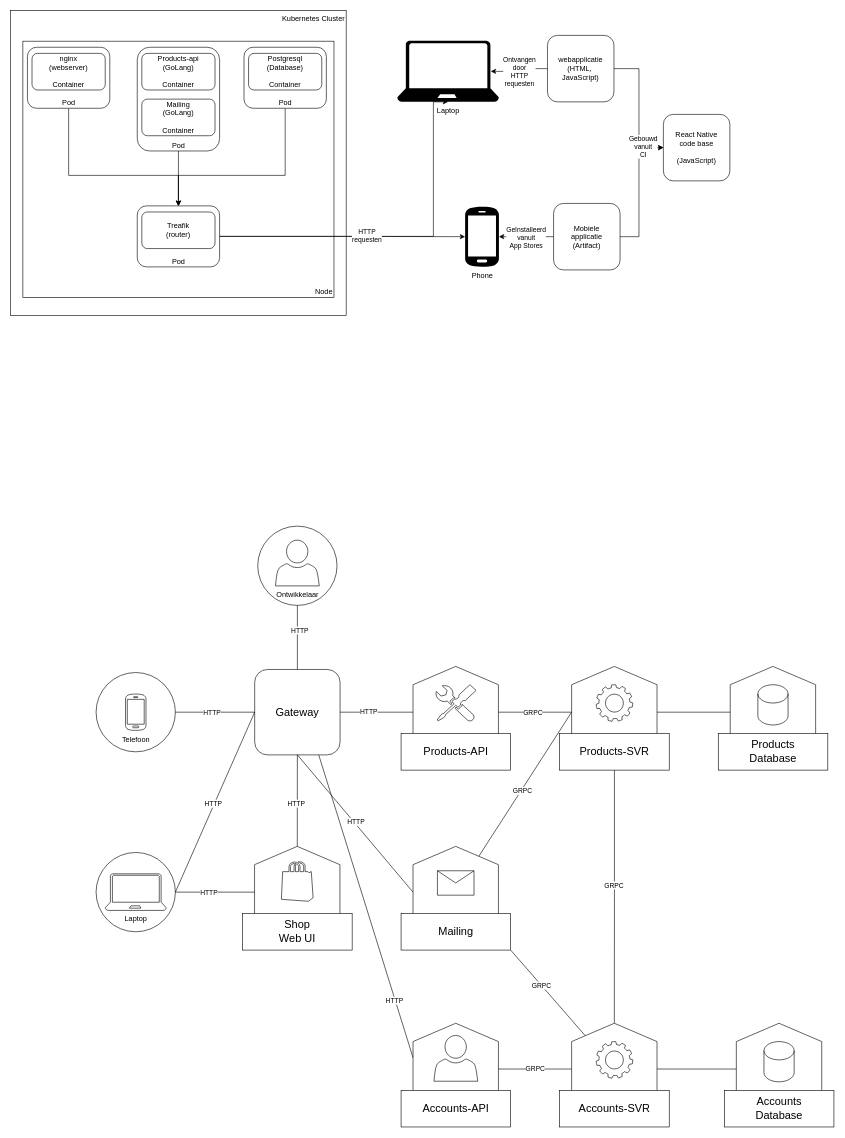
Earlier version of the draw.io diagram page "Page-10" (10 of 11) of cli app.drawio (luukvankooten/draw.io). Source tidied: cells renumbered, new cells numbered last; positions are measured from the earlier drawing's top-left corner, leaving out a move shared by most shapes. Both pictures are drawn from the tidied source at 61%, with x=0, y=0 at pixel (10, 10).
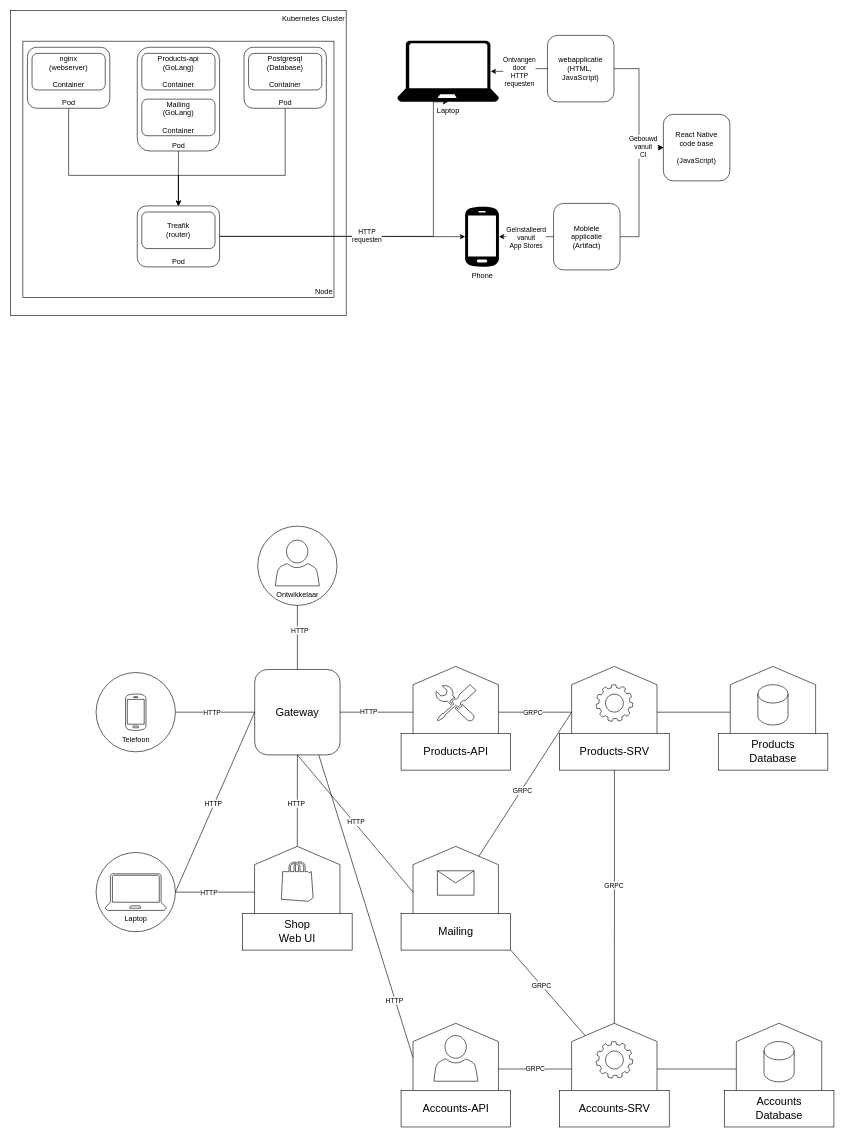
After the change.

The change refers to these unchanged cells:
```xml
<mxCell id="74" style="group;" parent="1" vertex="1">
  <mxGeometry x="900" y="1075" width="179.6" height="170" as="geometry" />
</mxCell>
<mxCell id="87" style="group;" parent="1" vertex="1">
  <mxGeometry x="900" y="1660" width="179.6" height="170" as="geometry" />
</mxCell>
```

What changed in the source:
```diff
@@
-    <mxCell id="76" value="&lt;font style=&quot;font-size: 18px;&quot;&gt;Products-SVR&lt;/font&gt;" style="rounded=0;whiteSpace=wrap;html=1;" parent="74" vertex="1">
+    <mxCell id="76" value="&lt;font style=&quot;font-size: 18px;&quot;&gt;Products-SRV&lt;/font&gt;" style="rounded=0;whiteSpace=wrap;html=1;" parent="74" vertex="1">
       <mxGeometry y="110" width="179.6" height="60" as="geometry" />
     </mxCell>
@@
-    <mxCell id="89" value="&lt;font style=&quot;font-size: 18px;&quot;&gt;Accounts-SVR&lt;/font&gt;" style="rounded=0;whiteSpace=wrap;html=1;" parent="87" vertex="1">
+    <mxCell id="89" value="&lt;font style=&quot;font-size: 18px;&quot;&gt;Accounts-SRV&lt;/font&gt;" style="rounded=0;whiteSpace=wrap;html=1;" parent="87" vertex="1">
       <mxGeometry y="110" width="179.6" height="60" as="geometry" />
     </mxCell>
```
